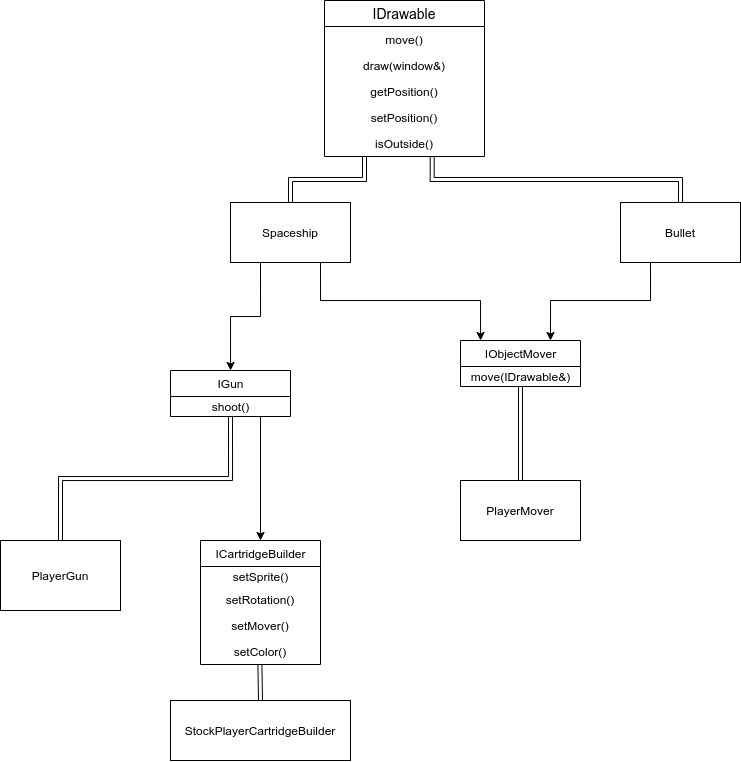
This is docs/SpaceWars.png from bshelkhonov/Space-Wars, a draw.io export, as it was before one commit. Source tidied: cells renumbered, new cells last; positions are measured from the earlier drawing's top-left corner, leaving out a move shared by most shapes.
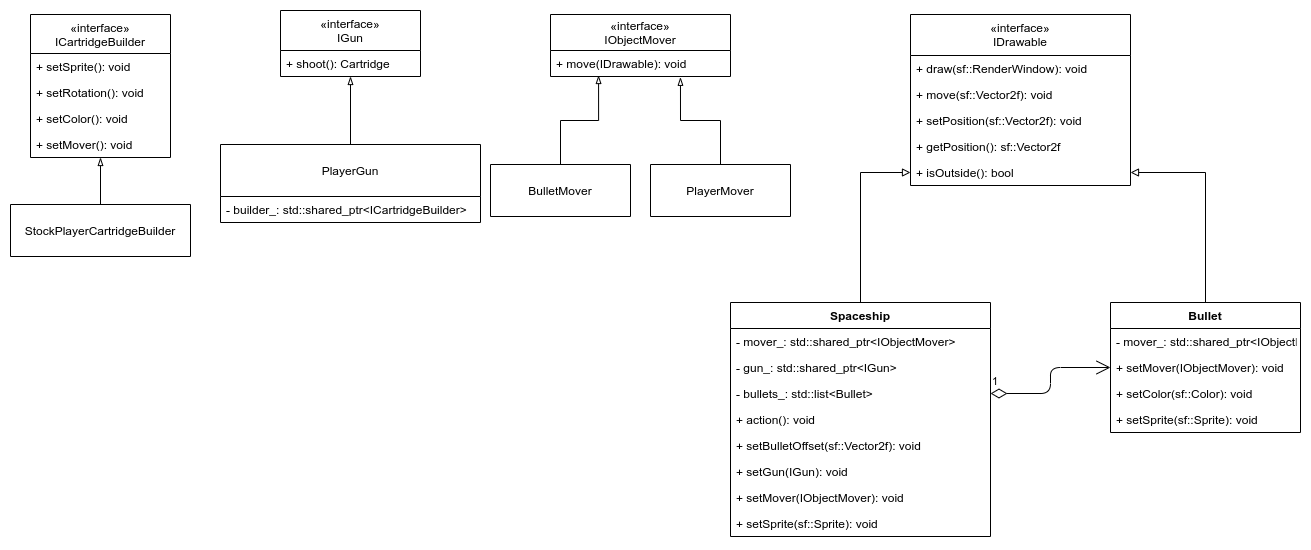
After the change.

Diff of the diagram source:
```diff
@@ -2,103 +2,128 @@
   <root>
     <mxCell id="0" />
     <mxCell id="1" parent="0" />
-    <mxCell id="2" style="edgeStyle=orthogonalEdgeStyle;rounded=0;jettySize=auto;html=1;exitX=0.25;exitY=1;exitDx=0;exitDy=0;" parent="1" edge="1" source="14" target="24">
-      <mxGeometry relative="1" as="geometry" />
-    </mxCell>
-    <mxCell id="3" style="edgeStyle=orthogonalEdgeStyle;rounded=0;jettySize=auto;html=1;exitX=0.75;exitY=1;exitDx=0;exitDy=0;" parent="1" edge="1" source="14" target="22">
-      <mxGeometry relative="1" as="geometry">
-        <Array as="points">
-          <mxPoint x="320" y="300" />
-          <mxPoint x="480" y="300" />
-        </Array>
-      </mxGeometry>
-    </mxCell>
-    <mxCell id="4" style="edgeStyle=orthogonalEdgeStyle;shape=link;curved=1;rounded=0;comic=0;jumpStyle=none;jettySize=auto;html=1;exitX=0.5;exitY=1;exitDx=0;exitDy=0;shadow=0;strokeColor=#000000;entryX=0.5;entryY=0;entryDx=0;entryDy=0;" parent="1" edge="1" source="24" target="17">
-      <mxGeometry relative="1" as="geometry" />
-    </mxCell>
-    <mxCell id="5" style="edgeStyle=none;rounded=0;comic=0;jumpStyle=none;jettySize=auto;html=1;exitX=0.75;exitY=1;exitDx=0;exitDy=0;shadow=0;strokeColor=#000000;entryX=0.5;entryY=0;entryDx=0;entryDy=0;" parent="1" edge="1" source="24" target="26">
-      <mxGeometry relative="1" as="geometry" />
-    </mxCell>
-    <mxCell id="6" value="IDrawable" style="swimlane;fontStyle=0;horizontal=1;startSize=26;align=center;fontSize=14;" parent="1" vertex="1">
-      <mxGeometry x="324" width="160" height="156" as="geometry" />
-    </mxCell>
-    <mxCell id="7" value="move()" style="text;strokeColor=none;fillColor=none;spacingLeft=4;spacingRight=4;overflow=hidden;fontSize=12;align=center;" parent="6" vertex="1">
-      <mxGeometry y="26" width="160" height="26" as="geometry" />
-    </mxCell>
-    <mxCell id="8" value="draw(window&amp;)" style="text;strokeColor=none;fillColor=none;spacingLeft=4;spacingRight=4;overflow=hidden;fontSize=12;align=center;" parent="6" vertex="1">
-      <mxGeometry y="52" width="160" height="26" as="geometry" />
-    </mxCell>
-    <mxCell id="9" value="getPosition()" style="text;strokeColor=none;fillColor=none;spacingLeft=4;spacingRight=4;overflow=hidden;fontSize=12;align=center;" parent="6" vertex="1">
-      <mxGeometry y="78" width="160" height="26" as="geometry" />
-    </mxCell>
-    <mxCell id="10" value="setPosition()" style="text;strokeColor=none;fillColor=none;spacingLeft=4;spacingRight=4;overflow=hidden;fontSize=12;align=center;" parent="6" vertex="1">
-      <mxGeometry y="104" width="160" height="26" as="geometry" />
-    </mxCell>
-    <mxCell id="11" value="isOutside()" style="text;strokeColor=none;fillColor=none;spacingLeft=4;spacingRight=4;overflow=hidden;points=[[0,0.5],[1,0.5]];portConstraint=eastwest;fontSize=12;align=center;" parent="6" vertex="1">
-      <mxGeometry y="130" width="160" height="26" as="geometry" />
-    </mxCell>
-    <mxCell id="12" style="edgeStyle=orthogonalEdgeStyle;rounded=0;jettySize=auto;html=1;exitX=0.25;exitY=1;exitDx=0;exitDy=0;entryX=0.75;entryY=0;entryDx=0;entryDy=0;" parent="1" edge="1" target="22">
-      <mxGeometry relative="1" as="geometry">
-        <mxPoint x="650" y="262" as="sourcePoint" />
-        <Array as="points">
-          <mxPoint x="650" y="300" />
-          <mxPoint x="550" y="300" />
-        </Array>
-      </mxGeometry>
-    </mxCell>
-    <mxCell id="13" style="edgeStyle=orthogonalEdgeStyle;shape=link;curved=1;rounded=0;comic=0;jumpStyle=none;jettySize=auto;html=1;exitX=0.5;exitY=0;exitDx=0;exitDy=0;entryX=0.25;entryY=1;entryDx=0;entryDy=0;shadow=0;strokeColor=#000000;" parent="1" edge="1" source="14" target="6">
-      <mxGeometry relative="1" as="geometry" />
-    </mxCell>
+    <mxCell id="31" style="edgeStyle=orthogonalEdgeStyle;rounded=0;jettySize=auto;html=1;exitX=0.5;exitY=0;exitDx=0;exitDy=0;endArrow=block;endFill=0;" parent="1" edge="1" source="14" target="37">
+      <mxGeometry relative="1" as="geometry" />
+    </mxCell>
+    <mxCell id="32" value="«interface»&#10;IDrawable" style="swimlane;fontStyle=0;align=center;verticalAlign=top;horizontal=1;startSize=41;" parent="1" vertex="1">
+      <mxGeometry x="380" y="50" width="220" height="171" as="geometry" />
+    </mxCell>
+    <mxCell id="33" value="+ draw(sf::RenderWindow): void" style="text;strokeColor=none;fillColor=none;align=left;verticalAlign=top;spacingLeft=4;spacingRight=4;overflow=hidden;" parent="32" vertex="1">
+      <mxGeometry y="41" width="220" height="26" as="geometry" />
+    </mxCell>
+    <mxCell id="34" value="+ move(sf::Vector2f): void" style="text;strokeColor=none;fillColor=none;align=left;verticalAlign=top;spacingLeft=4;spacingRight=4;overflow=hidden;" parent="32" vertex="1">
+      <mxGeometry y="67" width="220" height="26" as="geometry" />
+    </mxCell>
+    <mxCell id="35" value="+ setPosition(sf::Vector2f): void" style="text;strokeColor=none;fillColor=none;align=left;verticalAlign=top;spacingLeft=4;spacingRight=4;overflow=hidden;" parent="32" vertex="1">
+      <mxGeometry y="93" width="220" height="26" as="geometry" />
+    </mxCell>
+    <mxCell id="36" value="+ getPosition(): sf::Vector2f" style="text;strokeColor=none;fillColor=none;align=left;verticalAlign=top;spacingLeft=4;spacingRight=4;overflow=hidden;" parent="32" vertex="1">
+      <mxGeometry y="119" width="220" height="26" as="geometry" />
+    </mxCell>
+    <mxCell id="37" value="+ isOutside(): bool" style="text;strokeColor=none;fillColor=none;align=left;verticalAlign=top;spacingLeft=4;spacingRight=4;overflow=hidden;points=[[0,0.5],[1,0.5]];portConstraint=eastwest;" parent="32" vertex="1">
+      <mxGeometry y="145" width="220" height="26" as="geometry" />
+    </mxCell>
+    <mxCell id="38" style="edgeStyle=orthogonalEdgeStyle;rounded=0;jettySize=auto;html=1;exitX=0.5;exitY=0;exitDx=0;exitDy=0;entryX=1;entryY=0.5;entryDx=0;entryDy=0;endArrow=block;endFill=0;" parent="1" edge="1" source="16" target="37">
+      <mxGeometry relative="1" as="geometry" />
+    </mxCell>
+    <mxCell id="39" value="«interface»&#10;IObjectMover" style="swimlane;fontStyle=0;horizontal=1;startSize=36;fillColor=none;" parent="1" vertex="1">
+      <mxGeometry x="20" y="50" width="180" height="62" as="geometry" />
+    </mxCell>
+    <mxCell id="40" value="+ move(IDrawable): void" style="text;strokeColor=none;fillColor=none;align=left;verticalAlign=top;spacingLeft=4;spacingRight=4;overflow=hidden;points=[[0,0.5],[1,0.5]];portConstraint=eastwest;" parent="39" vertex="1">
+      <mxGeometry y="36" width="180" height="26" as="geometry" />
+    </mxCell>
+    <mxCell id="16" value="Bullet" style="swimlane;fontStyle=1;align=center;verticalAlign=top;horizontal=1;startSize=26;" parent="1" vertex="1">
+      <mxGeometry x="580" y="338" width="190" height="130" as="geometry" />
+    </mxCell>
+    <mxCell id="41" value="- mover_: std::shared_ptr&lt;IObjectMover&gt;" style="text;strokeColor=none;fillColor=none;align=left;verticalAlign=top;spacingLeft=4;spacingRight=4;overflow=hidden;" parent="16" vertex="1">
+      <mxGeometry y="26" width="190" height="26" as="geometry" />
+    </mxCell>
+    <mxCell id="42" value="+ setMover(IObjectMover): void" style="text;strokeColor=none;fillColor=none;align=left;verticalAlign=top;spacingLeft=4;spacingRight=4;overflow=hidden;points=[[0,0.5],[1,0.5]];portConstraint=eastwest;" parent="16" vertex="1">
+      <mxGeometry y="52" width="190" height="26" as="geometry" />
+    </mxCell>
+    <mxCell id="43" value="+ setColor(sf::Color): void" style="text;strokeColor=none;fillColor=none;align=left;verticalAlign=top;spacingLeft=4;spacingRight=4;overflow=hidden;" parent="16" vertex="1">
+      <mxGeometry y="78" width="190" height="26" as="geometry" />
+    </mxCell>
+    <mxCell id="44" value="+ setSprite(sf::Sprite): void" style="text;strokeColor=none;fillColor=none;align=left;verticalAlign=top;spacingLeft=4;spacingRight=4;overflow=hidden;" parent="16" vertex="1">
+      <mxGeometry y="104" width="190" height="26" as="geometry" />
+    </mxCell>
+    <mxCell id="45" value="1" style="endArrow=open;html=1;endSize=12;startArrow=diamondThin;startSize=14;startFill=0;edgeStyle=orthogonalEdgeStyle;align=left;verticalAlign=bottom;entryX=0;entryY=0.5;entryDx=0;entryDy=0;exitX=1;exitY=0.5;exitDx=0;exitDy=0;" parent="1" edge="1" source="48" target="42">
+      <mxGeometry x="-1" y="3" relative="1" as="geometry" />
+    </mxCell>
-    <mxCell id="14" value="Spaceship" style="rounded=0;whiteSpace=wrap;html=1;" parent="1" vertex="1">
-      <mxGeometry x="230" y="202" width="120" height="60" as="geometry" />
+    <mxCell id="14" value="Spaceship" style="swimlane;fontStyle=1;align=center;verticalAlign=top;horizontal=1;startSize=26;" parent="1" vertex="1">
+      <mxGeometry x="200" y="338" width="260" height="234" as="geometry" />
     </mxCell>
-    <mxCell id="15" style="edgeStyle=orthogonalEdgeStyle;shape=link;curved=1;rounded=0;comic=0;jumpStyle=none;jettySize=auto;html=1;exitX=0.5;exitY=0;exitDx=0;exitDy=0;entryX=0.673;entryY=1.001;entryDx=0;entryDy=0;entryPerimeter=0;shadow=0;strokeColor=#000000;" parent="1" edge="1" source="16" target="11">
-      <mxGeometry relative="1" as="geometry" />
-    </mxCell>
-    <mxCell id="16" value="Bullet" style="rounded=0;whiteSpace=wrap;html=1;" parent="1" vertex="1">
-      <mxGeometry x="620" y="202" width="120" height="60" as="geometry" />
-    </mxCell>
+    <mxCell id="46" value="- mover_: std::shared_ptr&lt;IObjectMover&gt;" style="text;strokeColor=none;fillColor=none;align=left;verticalAlign=top;spacingLeft=4;spacingRight=4;overflow=hidden;" parent="14" vertex="1">
+      <mxGeometry y="26" width="260" height="26" as="geometry" />
+    </mxCell>
+    <mxCell id="47" value="- gun_: std::shared_ptr&lt;IGun&gt;" style="text;strokeColor=none;fillColor=none;align=left;verticalAlign=top;spacingLeft=4;spacingRight=4;overflow=hidden;" parent="14" vertex="1">
+      <mxGeometry y="52" width="260" height="26" as="geometry" />
+    </mxCell>
+    <mxCell id="48" value="- bullets_: std::list&lt;Bullet&gt;" style="text;strokeColor=none;fillColor=none;align=left;verticalAlign=top;spacingLeft=4;spacingRight=4;overflow=hidden;points=[[0,0.5],[1,0.5]];portConstraint=eastwest;" parent="14" vertex="1">
+      <mxGeometry y="78" width="260" height="26" as="geometry" />
+    </mxCell>
+    <mxCell id="49" value="+ action(): void" style="text;strokeColor=none;fillColor=none;align=left;verticalAlign=top;spacingLeft=4;spacingRight=4;overflow=hidden;" parent="14" vertex="1">
+      <mxGeometry y="104" width="260" height="26" as="geometry" />
+    </mxCell>
+    <mxCell id="50" value="+ setBulletOffset(sf::Vector2f): void" style="text;strokeColor=none;fillColor=none;align=left;verticalAlign=top;spacingLeft=4;spacingRight=4;overflow=hidden;" parent="14" vertex="1">
+      <mxGeometry y="130" width="260" height="26" as="geometry" />
+    </mxCell>
+    <mxCell id="51" value="+ setGun(IGun): void " style="text;strokeColor=none;fillColor=none;align=left;verticalAlign=top;spacingLeft=4;spacingRight=4;overflow=hidden;" parent="14" vertex="1">
+      <mxGeometry y="156" width="260" height="26" as="geometry" />
+    </mxCell>
+    <mxCell id="52" value="+ setMover(IObjectMover): void" style="text;strokeColor=none;fillColor=none;align=left;verticalAlign=top;spacingLeft=4;spacingRight=4;overflow=hidden;" parent="14" vertex="1">
+      <mxGeometry y="182" width="260" height="26" as="geometry" />
+    </mxCell>
+    <mxCell id="53" value="+ setSprite(sf::Sprite): void" style="text;strokeColor=none;fillColor=none;align=left;verticalAlign=top;spacingLeft=4;spacingRight=4;overflow=hidden;" parent="14" vertex="1">
+      <mxGeometry y="208" width="260" height="26" as="geometry" />
+    </mxCell>
+    <mxCell id="54" style="edgeStyle=orthogonalEdgeStyle;rounded=0;jettySize=auto;html=1;exitX=0.5;exitY=0;exitDx=0;exitDy=0;endArrow=blockThin;endFill=0;entryX=0.722;entryY=1.031;entryDx=0;entryDy=0;entryPerimeter=0;" parent="1" edge="1" source="21" target="40">
+      <mxGeometry relative="1" as="geometry" />
+    </mxCell>
+    <mxCell id="55" style="edgeStyle=orthogonalEdgeStyle;rounded=0;jettySize=auto;html=1;exitX=0.5;exitY=0;exitDx=0;exitDy=0;endArrow=blockThin;endFill=0;" parent="1" edge="1" source="17" target="65">
+      <mxGeometry relative="1" as="geometry" />
+    </mxCell>
-    <mxCell id="17" value="PlayerGun" style="rounded=0;whiteSpace=wrap;html=1;" parent="1" vertex="1">
-      <mxGeometry y="540" width="120" height="70" as="geometry" />
+    <mxCell id="17" value="PlayerGun" style="swimlane;fontStyle=0;horizontal=1;startSize=52;fillColor=none;" parent="1" vertex="1">
+      <mxGeometry x="-310" y="180" width="260" height="78" as="geometry" />
     </mxCell>
+    <mxCell id="56" value="- builder_: std::shared_ptr&lt;ICartridgeBuilder&gt;" style="text;strokeColor=none;fillColor=none;align=left;verticalAlign=top;spacingLeft=4;spacingRight=4;overflow=hidden;" parent="17" vertex="1">
+      <mxGeometry y="52" width="260" height="26" as="geometry" />
+    </mxCell>
+    <mxCell id="57" value="«interface»&#10;ICartridgeBuilder" style="swimlane;fontStyle=0;horizontal=1;startSize=39;fillColor=none;" parent="1" vertex="1">
+      <mxGeometry x="-500" y="50" width="140" height="143" as="geometry" />
+    </mxCell>
+    <mxCell id="58" value="+ setSprite(): void" style="text;strokeColor=none;fillColor=none;align=left;verticalAlign=top;spacingLeft=4;spacingRight=4;overflow=hidden;" parent="57" vertex="1">
+      <mxGeometry y="39" width="140" height="26" as="geometry" />
+    </mxCell>
+    <mxCell id="59" value="+ setRotation(): void" style="text;strokeColor=none;fillColor=none;align=left;verticalAlign=top;spacingLeft=4;spacingRight=4;overflow=hidden;" parent="57" vertex="1">
+      <mxGeometry y="65" width="140" height="26" as="geometry" />
+    </mxCell>
+    <mxCell id="60" value="+ setColor(): void" style="text;strokeColor=none;fillColor=none;align=left;verticalAlign=top;spacingLeft=4;spacingRight=4;overflow=hidden;" parent="57" vertex="1">
+      <mxGeometry y="91" width="140" height="26" as="geometry" />
+    </mxCell>
+    <mxCell id="61" value="+ setMover(): void" style="text;strokeColor=none;fillColor=none;align=left;verticalAlign=top;spacingLeft=4;spacingRight=4;overflow=hidden;" parent="57" vertex="1">
+      <mxGeometry y="117" width="140" height="26" as="geometry" />
+    </mxCell>
+    <mxCell id="62" style="edgeStyle=orthogonalEdgeStyle;rounded=0;jettySize=auto;html=1;exitX=0.5;exitY=0;exitDx=0;exitDy=0;endArrow=blockThin;endFill=0;" parent="1" edge="1" source="18" target="57">
+      <mxGeometry relative="1" as="geometry" />
+    </mxCell>
-    <mxCell id="18" value="StockPlayerCartridgeBuilder" style="rounded=0;whiteSpace=wrap;html=1;align=center;" parent="1" vertex="1">
-      <mxGeometry x="170" y="700" width="180" height="60" as="geometry" />
+    <mxCell id="18" value="StockPlayerCartridgeBuilder" style="swimlane;fontStyle=0;horizontal=1;startSize=52;fillColor=none;" parent="1" vertex="1">
+      <mxGeometry x="-520" y="240" width="180" height="52" as="geometry" />
     </mxCell>
-    <mxCell id="19" style="edgeStyle=orthogonalEdgeStyle;shape=link;rounded=0;comic=0;jumpStyle=none;jettySize=auto;html=1;shadow=0;strokeColor=#000000;entryX=0.5;entryY=0;entryDx=0;entryDy=0;exitX=0.495;exitY=1.009;exitDx=0;exitDy=0;exitPerimeter=0;" parent="1" edge="1" source="30" target="18">
-      <mxGeometry relative="1" as="geometry" />
-    </mxCell>
-    <mxCell id="20" style="edgeStyle=orthogonalEdgeStyle;shape=link;rounded=0;comic=0;jumpStyle=none;jettySize=auto;html=1;shadow=0;strokeColor=#000000;entryX=0.5;entryY=0;entryDx=0;entryDy=0;" parent="1" edge="1" source="23" target="21">
-      <mxGeometry relative="1" as="geometry" />
-    </mxCell>
-    <mxCell id="21" value="PlayerMover" style="rounded=0;whiteSpace=wrap;html=1;align=center;" parent="1" vertex="1">
-      <mxGeometry x="460" y="480" width="120" height="60" as="geometry" />
+    <mxCell id="21" value="PlayerMover" style="swimlane;fontStyle=0;horizontal=1;startSize=52;fillColor=none;" parent="1" vertex="1">
+      <mxGeometry x="120" y="200" width="140" height="52" as="geometry" />
     </mxCell>
-    <mxCell id="22" value="IObjectMover" style="swimlane;fontStyle=0;horizontal=1;startSize=26;align=center;fontSize=12;fontFamily=Helvetica;fontColor=#000000;strokeColor=#000000;fillColor=#ffffff;html=1;" parent="1" vertex="1">
-      <mxGeometry x="460" y="340" width="120" height="46" as="geometry" />
-    </mxCell>
-    <mxCell id="23" value="move(IDrawable&amp;amp;)" style="text;html=1;align=center;verticalAlign=middle;points=[];" parent="22" vertex="1">
-      <mxGeometry y="26" width="120" height="20" as="geometry" />
-    </mxCell>
-    <mxCell id="24" value="IGun" style="swimlane;fontStyle=0;horizontal=1;startSize=26;align=center;fontSize=12;fontFamily=Helvetica;fontColor=#000000;strokeColor=#000000;fillColor=#ffffff;html=1;" parent="1" vertex="1">
-      <mxGeometry x="170" y="370" width="120" height="46" as="geometry" />
-    </mxCell>
-    <mxCell id="25" value="shoot()" style="text;html=1;align=center;verticalAlign=middle;" parent="24" vertex="1">
-      <mxGeometry y="26" width="120" height="20" as="geometry" />
-    </mxCell>
-    <mxCell id="26" value="ICartridgeBuilder" style="swimlane;fontStyle=0;horizontal=1;startSize=26;align=center;fontSize=12;fontFamily=Helvetica;fontColor=#000000;strokeColor=#000000;fillColor=#ffffff;html=1;" parent="1" vertex="1">
-      <mxGeometry x="200" y="540" width="120" height="124" as="geometry" />
-    </mxCell>
-    <mxCell id="27" value="setSprite()" style="text;html=1;align=center;verticalAlign=middle;" parent="26" vertex="1">
-      <mxGeometry y="26" width="120" height="20" as="geometry" />
-    </mxCell>
-    <mxCell id="28" value="setRotation()" style="text;strokeColor=none;fillColor=none;spacingLeft=4;spacingRight=4;overflow=hidden;fontSize=12;align=center;" parent="26" vertex="1">
-      <mxGeometry y="46" width="120" height="26" as="geometry" />
-    </mxCell>
-    <mxCell id="29" value="setMover()" style="text;strokeColor=none;fillColor=none;spacingLeft=4;spacingRight=4;overflow=hidden;fontSize=12;align=center;" parent="26" vertex="1">
-      <mxGeometry y="72" width="120" height="26" as="geometry" />
-    </mxCell>
-    <mxCell id="30" value="setColor()" style="text;strokeColor=none;fillColor=none;spacingLeft=4;spacingRight=4;overflow=hidden;points=[[0,0.5],[1,0.5]];portConstraint=eastwest;fontSize=12;align=center;" parent="26" vertex="1">
-      <mxGeometry y="98" width="120" height="26" as="geometry" />
-    </mxCell>
+    <mxCell id="63" style="edgeStyle=orthogonalEdgeStyle;rounded=0;jettySize=auto;html=1;exitX=0.5;exitY=0;exitDx=0;exitDy=0;endArrow=blockThin;endFill=0;entryX=0.267;entryY=0.962;entryDx=0;entryDy=0;entryPerimeter=0;" parent="1" edge="1" source="64" target="40">
+      <mxGeometry relative="1" as="geometry" />
+    </mxCell>
+    <mxCell id="64" value="BulletMover" style="swimlane;fontStyle=0;horizontal=1;startSize=52;fillColor=none;" parent="1" vertex="1">
+      <mxGeometry x="-40" y="200" width="140" height="52" as="geometry" />
+    </mxCell>
+    <mxCell id="65" value="«interface»&#10;IGun" style="swimlane;fontStyle=0;horizontal=1;startSize=40;fillColor=none;" parent="1" vertex="1">
+      <mxGeometry x="-250" y="46" width="140" height="66" as="geometry" />
+    </mxCell>
+    <mxCell id="66" value="+ shoot(): Cartridge" style="text;strokeColor=none;fillColor=none;align=left;verticalAlign=top;spacingLeft=4;spacingRight=4;overflow=hidden;" parent="65" vertex="1">
+      <mxGeometry y="40" width="140" height="26" as="geometry" />
+    </mxCell>
   </root>
 </mxGraphModel>
```
